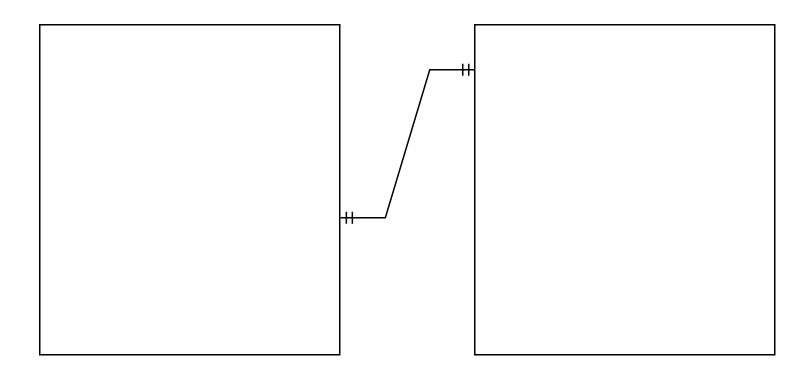
SalehAbdulla/fullStackWebDeveloperCourses keeps this draw.io diagram as JavaScriptProjects/Backend/SECRET_WEBSITE/relationship.drawio. Above is the earlier version. Source tidied: cells renumbered, new cells numbered last; positions are measured from the earlier drawing's top-left corner, leaving out a move shared by most shapes. Both pictures are drawn from the tidied source at 150%, with x=0, y=0 at pixel (39, -141).
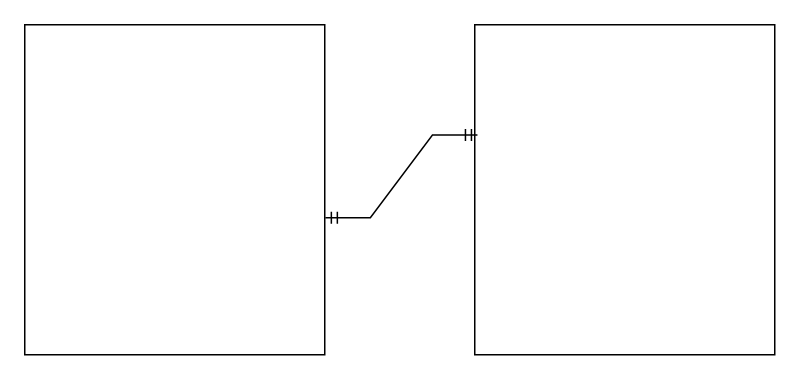
Above is the later version.

Diff of the diagram source:
```diff
@@
 <mxGraphModel>
   <root>
     <mxCell id="0" />
     <mxCell id="1" parent="0" />
     <mxCell id="2" style="rounded=0;whiteSpace=wrap;html=1;" parent="1" vertex="1">
       <mxGeometry x="290" y="110" width="200" height="220" as="geometry" />
     </mxCell>
-    <mxCell id="3" style="edgeStyle=entityRelationEdgeStyle;fontSize=12;html=1;endArrow=ERmandOne;startArrow=ERmandOne;rounded=0;exitX=1.002;exitY=0.585;exitDx=0;exitDy=0;exitPerimeter=0;" parent="1" edge="1" source="4">
+    <mxCell id="3" style="edgeStyle=entityRelationEdgeStyle;fontSize=12;html=1;endArrow=ERmandOne;startArrow=ERmandOne;rounded=0;exitX=1.002;exitY=0.585;exitDx=0;exitDy=0;exitPerimeter=0;entryX=0.009;entryY=0.334;entryDx=0;entryDy=0;entryPerimeter=0;" parent="1" edge="1" source="4" target="2">
       <mxGeometry relative="1" as="geometry">
-        <mxPoint x="290" y="140" as="targetPoint" />
         <Array as="points">
           <mxPoint x="210" />
         </Array>
       </mxGeometry>
     </mxCell>
     <mxCell id="4" style="rounded=0;whiteSpace=wrap;html=1;" parent="1" vertex="1">
-      <mxGeometry y="110" width="200" height="220" as="geometry" />
+      <mxGeometry x="-10" y="110" width="200" height="220" as="geometry" />
     </mxCell>
   </root>
 </mxGraphModel>
```
